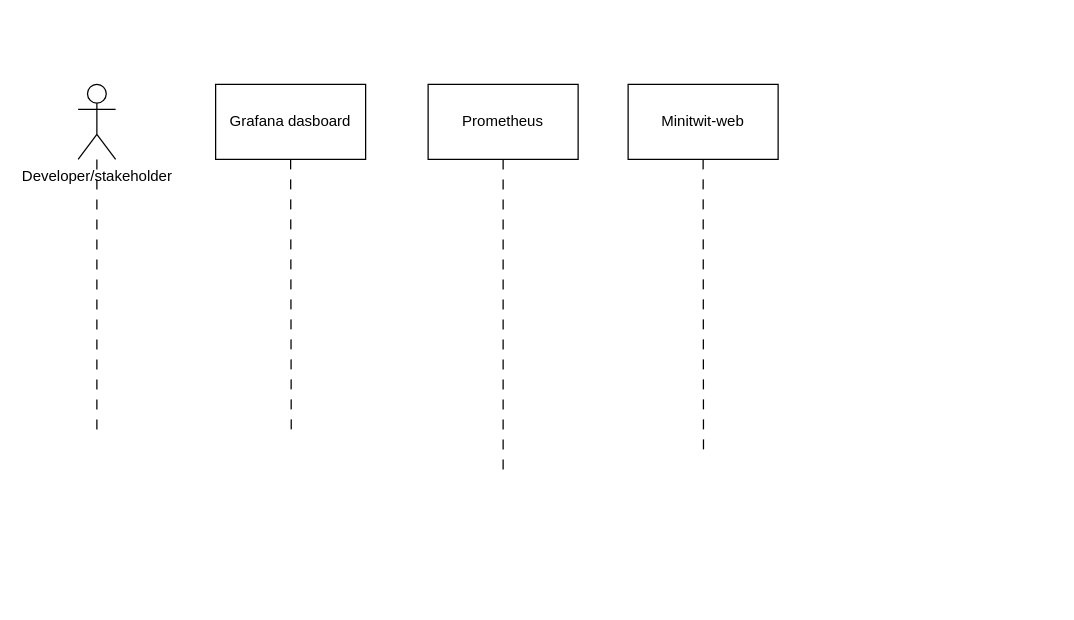
Before: report/diagrams/monitoring.drawio in ITU-DevOps2026/ITU-minitwit, a draw.io diagram. Source tidied: cells renumbered, new cells numbered last; positions are measured from the earlier drawing's top-left corner, leaving out a move shared by most shapes. Both pictures are drawn from the tidied source at 125%, with x=0, y=0 at pixel (78, 84).
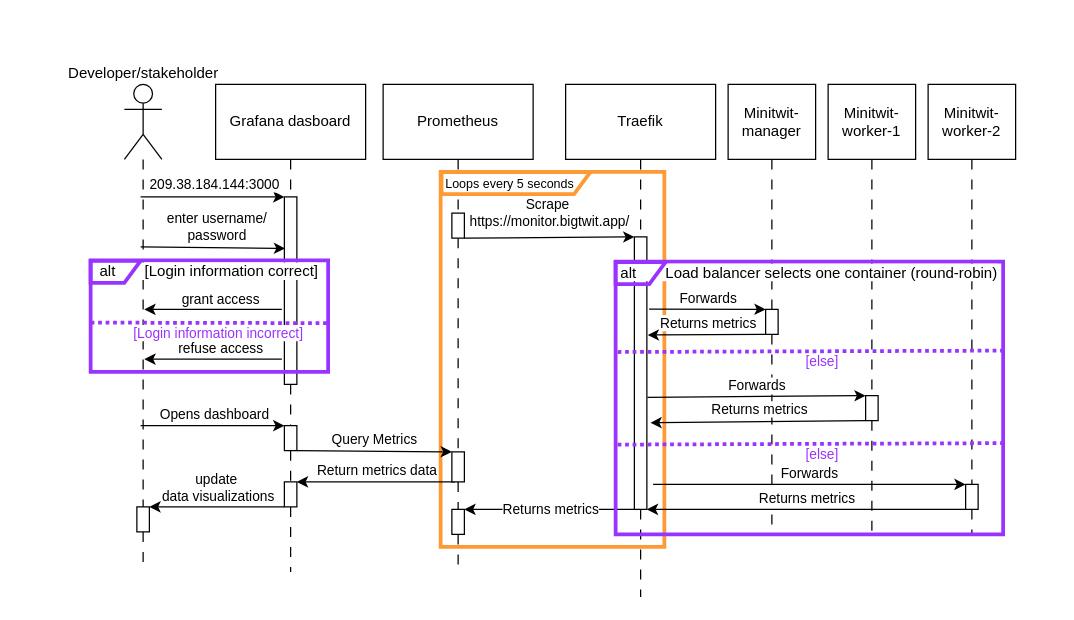
After the change.

Commit message (it also covers changes not shown here):
Monitoring section done, dashboard section added

The change refers to these unchanged cells:
```xml
<mxCell id="3" value="Grafana dasboard" style="rounded=0;whiteSpace=wrap;html=1;" parent="1" vertex="1">
  <mxGeometry x="110" width="120" height="60" as="geometry" />
</mxCell>
```

The edit, as a diff of the source:
```diff
@@
+    <mxCell id="10" style="rounded=0;whiteSpace=wrap;html=1;strokeColor=none;" parent="1" vertex="1">
+      <mxGeometry x="-30" y="-50" width="810" height="460" as="geometry" />
+    </mxCell>
+    <mxCell id="11" style="edgeStyle=none;html=1;exitX=0.5;exitY=1;exitDx=0;exitDy=0;dashed=1;dashPattern=8 8;endArrow=none;endFill=0;" parent="1" edge="1" source="32">
+      <mxGeometry relative="1" as="geometry">
+        <mxPoint x="450" y="410" as="targetPoint" />
+      </mxGeometry>
+    </mxCell>
+    <mxCell id="4" style="edgeStyle=none;html=1;exitX=0.5;exitY=1;exitDx=0;exitDy=0;dashed=1;dashPattern=8 8;endArrow=none;endFill=0;" parent="1" edge="1" source="62">
+      <mxGeometry relative="1" as="geometry">
+        <mxPoint x="304" y="390" as="targetPoint" />
+      </mxGeometry>
+    </mxCell>
+    <mxCell id="12" style="edgeStyle=none;html=1;exitX=0.5;exitY=1;exitDx=0;exitDy=0;dashed=1;dashPattern=8 8;endArrow=none;endFill=0;" parent="1" edge="1" source="5" target="30">
+      <mxGeometry relative="1" as="geometry" />
+    </mxCell>
+    <mxCell id="13" value="&lt;font style=&quot;font-size: 10px;&quot;&gt;Loops every 5 seconds&lt;/font&gt;" style="rounded=0;whiteSpace=wrap;html=1;fillColor=none;strokeColor=#FF9933;labelBackgroundColor=#FFFFFF;labelBorderColor=none;spacingTop=0;spacing=-16;spacingLeft=0;labelPosition=left;verticalLabelPosition=top;align=right;verticalAlign=bottom;spacingRight=-91;strokeWidth=3;" parent="1" vertex="1">
+      <mxGeometry x="290" y="70" width="179" height="300" as="geometry" />
+    </mxCell>
-    <mxCell id="2" style="edgeStyle=none;html=1;exitX=0.5;exitY=1;exitDx=0;exitDy=0;dashed=1;endArrow=none;endFill=0;dashPattern=8 8;" parent="1" edge="1" source="3">
+    <mxCell id="2" style="edgeStyle=none;html=1;exitX=0.5;exitY=1;exitDx=0;exitDy=0;dashed=1;endArrow=none;endFill=0;dashPattern=8 8;" parent="1" edge="1" source="26">
       <mxGeometry relative="1" as="geometry">
-        <mxPoint x="170.5" y="280" as="targetPoint" />
+        <mxPoint x="170" y="390" as="targetPoint" />
       </mxGeometry>
     </mxCell>
@@
-    <mxCell id="4" style="edgeStyle=none;html=1;exitX=0.5;exitY=1;exitDx=0;exitDy=0;dashed=1;dashPattern=8 8;endArrow=none;endFill=0;" parent="1" edge="1" source="5">
-      <mxGeometry relative="1" as="geometry">
-        <mxPoint x="340" y="310" as="targetPoint" />
-      </mxGeometry>
-    </mxCell>
     <mxCell id="5" value="Prometheus" style="rounded=0;whiteSpace=wrap;html=1;" parent="1" vertex="1">
-      <mxGeometry x="280" width="120" height="60" as="geometry" />
+      <mxGeometry x="244" width="120" height="60" as="geometry" />
     </mxCell>
-    <mxCell id="6" style="edgeStyle=none;html=1;exitX=0.5;exitY=1;exitDx=0;exitDy=0;dashed=1;dashPattern=8 8;endArrow=none;endFill=0;" parent="1" edge="1" source="7">
+    <mxCell id="6" style="edgeStyle=none;html=1;exitX=0.5;exitY=1;exitDx=0;exitDy=0;dashed=1;dashPattern=8 8;endArrow=none;endFill=0;" parent="1" edge="1" source="42">
       <mxGeometry relative="1" as="geometry">
-        <mxPoint x="500.3" y="300" as="targetPoint" />
+        <mxPoint x="555" y="360" as="targetPoint" />
       </mxGeometry>
     </mxCell>
-    <mxCell id="7" value="Minitwit-web" style="rounded=0;whiteSpace=wrap;html=1;" parent="1" vertex="1">
-      <mxGeometry x="440" width="120" height="60" as="geometry" />
+    <mxCell id="7" value="Minitwit-manager" style="rounded=0;whiteSpace=wrap;html=1;" parent="1" vertex="1">
+      <mxGeometry x="520" width="70" height="60" as="geometry" />
     </mxCell>
-    <mxCell id="8" style="edgeStyle=none;html=1;dashed=1;endArrow=none;endFill=0;dashPattern=8 8;" parent="1" edge="1" source="9">
-      <mxGeometry relative="1" as="geometry">
-        <mxPoint x="15" y="280" as="targetPoint" />
-      </mxGeometry>
-    </mxCell>
-    <mxCell id="9" value="Developer/stakeholder" style="shape=umlActor;verticalLabelPosition=bottom;verticalAlign=top;html=1;outlineConnect=0;" parent="1" vertex="1">
-      <mxGeometry width="30" height="60" as="geometry" />
+    <mxCell id="9" value="Developer/stakeholder" style="shape=umlActor;verticalLabelPosition=top;verticalAlign=bottom;html=1;outlineConnect=0;labelPosition=center;align=center;" parent="1" vertex="1">
+      <mxGeometry x="37" width="30" height="60" as="geometry" />
     </mxCell>
+    <mxCell id="14" value="Traefik" style="rounded=0;whiteSpace=wrap;html=1;" parent="1" vertex="1">
+      <mxGeometry x="390" width="120" height="60" as="geometry" />
+    </mxCell>
+    <mxCell id="15" style="endArrow=classic;html=1;entryX=0;entryY=0;entryDx=0;entryDy=0;exitX=1;exitY=1;exitDx=0;exitDy=0;" parent="1" edge="1" source="36" target="24">
+      <mxGeometry relative="1" as="geometry" />
+    </mxCell>
+    <mxCell id="16" value="Query Metrics" style="edgeLabel;html=1;align=center;verticalAlign=middle;" parent="15" vertex="1">
+      <mxGeometry relative="1" as="geometry">
+        <mxPoint y="-10" as="offset" />
+      </mxGeometry>
+    </mxCell>
+    <mxCell id="17" style="endArrow=classic;html=1;exitX=0.25;exitY=1;exitDx=0;exitDy=0;entryX=1;entryY=0;entryDx=0;entryDy=0;" parent="1" edge="1" source="24" target="26">
+      <mxGeometry relative="1" as="geometry" />
+    </mxCell>
+    <mxCell id="18" value="Return metrics data" style="edgeLabel;html=1;align=center;verticalAlign=middle;" parent="17" vertex="1">
+      <mxGeometry relative="1" as="geometry">
+        <mxPoint y="-10" as="offset" />
+      </mxGeometry>
+    </mxCell>
+    <mxCell id="19" style="endArrow=classic;html=1;exitX=0;exitY=1;exitDx=0;exitDy=0;entryX=1;entryY=0;entryDx=0;entryDy=0;" parent="1" edge="1" source="26" target="29">
+      <mxGeometry relative="1" as="geometry" />
+    </mxCell>
+    <mxCell id="20" value="update&amp;nbsp;&lt;div&gt;data visualizations&lt;/div&gt;" style="edgeLabel;html=1;align=center;verticalAlign=middle;" parent="19" vertex="1">
+      <mxGeometry relative="1" as="geometry">
+        <mxPoint y="-16" as="offset" />
+      </mxGeometry>
+    </mxCell>
+    <mxCell id="21" style="endArrow=classic;html=1;entryX=0;entryY=0;entryDx=0;entryDy=0;" parent="1" edge="1" target="36">
+      <mxGeometry relative="1" as="geometry">
+        <mxPoint x="50" y="273" as="sourcePoint" />
+      </mxGeometry>
+    </mxCell>
+    <mxCell id="22" value="Opens dashboard" style="edgeLabel;html=1;align=center;verticalAlign=middle;" parent="21" vertex="1">
+      <mxGeometry relative="1" as="geometry">
+        <mxPoint y="-10" as="offset" />
+      </mxGeometry>
+    </mxCell>
+    <mxCell id="23" style="edgeStyle=none;html=1;exitX=0.5;exitY=1;exitDx=0;exitDy=0;dashed=1;dashPattern=8 8;endArrow=none;endFill=0;" parent="1" edge="1" source="30" target="24">
+      <mxGeometry relative="1" as="geometry" />
+    </mxCell>
+    <mxCell id="24" style="rounded=0;whiteSpace=wrap;html=1;" parent="1" vertex="1">
+      <mxGeometry x="299" y="294" width="10" height="24" as="geometry" />
+    </mxCell>
+    <mxCell id="25" style="edgeStyle=none;html=1;exitX=0.5;exitY=1;exitDx=0;exitDy=0;dashed=1;endArrow=none;endFill=0;dashPattern=8 8;" parent="1" edge="1" source="36" target="26">
+      <mxGeometry relative="1" as="geometry" />
+    </mxCell>
+    <mxCell id="26" style="rounded=0;whiteSpace=wrap;html=1;" parent="1" vertex="1">
+      <mxGeometry x="165" y="318" width="10" height="20" as="geometry" />
+    </mxCell>
+    <mxCell id="27" style="edgeStyle=none;html=1;dashed=1;endArrow=none;endFill=0;dashPattern=8 8;" parent="1" edge="1" source="9" target="29">
+      <mxGeometry relative="1" as="geometry" />
+    </mxCell>
+    <mxCell id="28" style="edgeStyle=none;html=1;exitX=0.5;exitY=1;exitDx=0;exitDy=0;dashed=1;dashPattern=8 8;endArrow=none;endFill=0;" parent="1" edge="1" source="29">
+      <mxGeometry relative="1" as="geometry">
+        <mxPoint x="52" y="390" as="targetPoint" />
+      </mxGeometry>
+    </mxCell>
+    <mxCell id="29" style="rounded=0;whiteSpace=wrap;html=1;" parent="1" vertex="1">
+      <mxGeometry x="47" y="338" width="10" height="20" as="geometry" />
+    </mxCell>
+    <mxCell id="30" style="rounded=0;whiteSpace=wrap;html=1;" parent="1" vertex="1">
+      <mxGeometry x="299" y="103" width="10" height="20" as="geometry" />
+    </mxCell>
+    <mxCell id="31" style="edgeStyle=none;html=1;exitX=0.5;exitY=1;exitDx=0;exitDy=0;dashed=1;dashPattern=8 8;endArrow=none;endFill=0;" parent="1" edge="1" source="14" target="32">
+      <mxGeometry relative="1" as="geometry" />
+    </mxCell>
+    <mxCell id="32" style="rounded=0;whiteSpace=wrap;html=1;" parent="1" vertex="1">
+      <mxGeometry x="445" y="122" width="10" height="218" as="geometry" />
+    </mxCell>
+    <mxCell id="33" style="endArrow=classic;html=1;exitX=1;exitY=1;exitDx=0;exitDy=0;entryX=0;entryY=0;entryDx=0;entryDy=0;" parent="1" edge="1" source="30" target="32">
+      <mxGeometry relative="1" as="geometry" />
+    </mxCell>
+    <mxCell id="34" value="Scrape&amp;nbsp;&lt;div&gt;https://monitor.bigtwit.app/&lt;/div&gt;" style="edgeLabel;html=1;align=center;verticalAlign=middle;" parent="33" vertex="1">
+      <mxGeometry relative="1" as="geometry">
+        <mxPoint y="-20" as="offset" />
+      </mxGeometry>
+    </mxCell>
+    <mxCell id="35" style="edgeStyle=none;html=1;exitX=0.5;exitY=1;exitDx=0;exitDy=0;dashed=1;endArrow=none;endFill=0;dashPattern=8 8;" parent="1" edge="1" source="73" target="36">
+      <mxGeometry relative="1" as="geometry" />
+    </mxCell>
+    <mxCell id="36" style="rounded=0;whiteSpace=wrap;html=1;" parent="1" vertex="1">
+      <mxGeometry x="165" y="273" width="10" height="20" as="geometry" />
+    </mxCell>
+    <mxCell id="37" style="edgeStyle=none;html=1;exitX=0.5;exitY=1;exitDx=0;exitDy=0;dashed=1;dashPattern=8 8;endArrow=none;endFill=0;" parent="1" edge="1" source="58">
+      <mxGeometry relative="1" as="geometry">
+        <mxPoint x="715" y="360" as="targetPoint" />
+      </mxGeometry>
+    </mxCell>
+    <mxCell id="38" value="Minitwit-worker-2" style="rounded=0;whiteSpace=wrap;html=1;" parent="1" vertex="1">
+      <mxGeometry x="680" width="70" height="60" as="geometry" />
+    </mxCell>
+    <mxCell id="39" style="edgeStyle=none;html=1;exitX=0.5;exitY=1;exitDx=0;exitDy=0;dashed=1;dashPattern=8 8;endArrow=none;endFill=0;" parent="1" edge="1" source="52">
+      <mxGeometry relative="1" as="geometry">
+        <mxPoint x="635" y="360" as="targetPoint" />
+      </mxGeometry>
+    </mxCell>
+    <mxCell id="40" value="Minitwit-worker-1" style="rounded=0;whiteSpace=wrap;html=1;" parent="1" vertex="1">
+      <mxGeometry x="600" width="70" height="60" as="geometry" />
+    </mxCell>
+    <mxCell id="41" style="edgeStyle=none;html=1;exitX=0.5;exitY=1;exitDx=0;exitDy=0;dashed=1;dashPattern=8 8;endArrow=none;endFill=0;" parent="1" edge="1" source="7" target="42">
+      <mxGeometry relative="1" as="geometry" />
+    </mxCell>
+    <mxCell id="42" style="rounded=0;whiteSpace=wrap;html=1;" parent="1" vertex="1">
+      <mxGeometry x="550" y="180" width="10" height="20" as="geometry" />
+    </mxCell>
+    <mxCell id="43" style="endArrow=classic;html=1;entryX=0;entryY=0;entryDx=0;entryDy=0;exitX=1.178;exitY=0.265;exitDx=0;exitDy=0;exitPerimeter=0;" parent="1" edge="1" source="32" target="42">
+      <mxGeometry relative="1" as="geometry" />
+    </mxCell>
+    <mxCell id="44" value="Forwards" style="edgeLabel;html=1;align=center;verticalAlign=middle;" parent="43" vertex="1">
+      <mxGeometry relative="1" as="geometry">
+        <mxPoint y="-9" as="offset" />
+      </mxGeometry>
+    </mxCell>
+    <mxCell id="45" style="endArrow=classic;html=1;exitX=0;exitY=1;exitDx=0;exitDy=0;entryX=1.067;entryY=0.36;entryDx=0;entryDy=0;entryPerimeter=0;" parent="1" edge="1" source="42" target="32">
+      <mxGeometry relative="1" as="geometry" />
+    </mxCell>
+    <mxCell id="46" value="Returns metrics" style="edgeLabel;html=1;align=center;verticalAlign=middle;" parent="45" vertex="1">
+      <mxGeometry relative="1" as="geometry">
+        <mxPoint y="-10" as="offset" />
+      </mxGeometry>
+    </mxCell>
+    <mxCell id="47" style="endArrow=classic;html=1;entryX=0;entryY=0;entryDx=0;entryDy=0;exitX=1.044;exitY=0.589;exitDx=0;exitDy=0;exitPerimeter=0;" parent="1" edge="1" source="32" target="52">
+      <mxGeometry relative="1" as="geometry" />
+    </mxCell>
+    <mxCell id="48" value="Forwards" style="edgeLabel;html=1;align=center;verticalAlign=middle;" parent="47" vertex="1">
+      <mxGeometry relative="1" as="geometry">
+        <mxPoint y="-9" as="offset" />
+      </mxGeometry>
+    </mxCell>
+    <mxCell id="49" style="endArrow=classic;html=1;exitX=0;exitY=1;exitDx=0;exitDy=0;entryX=1.289;entryY=0.682;entryDx=0;entryDy=0;entryPerimeter=0;" parent="1" edge="1" source="52" target="32">
+      <mxGeometry relative="1" as="geometry" />
+    </mxCell>
+    <mxCell id="50" value="Returns metrics" style="edgeLabel;html=1;align=center;verticalAlign=middle;" parent="49" vertex="1">
+      <mxGeometry relative="1" as="geometry">
+        <mxPoint y="-10" as="offset" />
+      </mxGeometry>
+    </mxCell>
+    <mxCell id="51" style="edgeStyle=none;html=1;exitX=0.5;exitY=1;exitDx=0;exitDy=0;dashed=1;dashPattern=8 8;endArrow=none;endFill=0;" parent="1" edge="1" source="40" target="52">
+      <mxGeometry relative="1" as="geometry" />
+    </mxCell>
+    <mxCell id="52" style="rounded=0;whiteSpace=wrap;html=1;" parent="1" vertex="1">
+      <mxGeometry x="630" y="249" width="10" height="20" as="geometry" />
+    </mxCell>
+    <mxCell id="53" style="endArrow=classic;html=1;entryX=0;entryY=0;entryDx=0;entryDy=0;exitX=1.5;exitY=0.908;exitDx=0;exitDy=0;exitPerimeter=0;" parent="1" edge="1" source="32" target="58">
+      <mxGeometry relative="1" as="geometry" />
+    </mxCell>
+    <mxCell id="54" value="Forwards" style="edgeLabel;html=1;align=center;verticalAlign=middle;" parent="53" vertex="1">
+      <mxGeometry relative="1" as="geometry">
+        <mxPoint y="-9" as="offset" />
+      </mxGeometry>
+    </mxCell>
+    <mxCell id="55" style="endArrow=classic;html=1;exitX=0;exitY=1;exitDx=0;exitDy=0;entryX=1;entryY=1;entryDx=0;entryDy=0;" parent="1" edge="1" source="58" target="32">
+      <mxGeometry relative="1" as="geometry" />
+    </mxCell>
+    <mxCell id="56" value="Returns metrics" style="edgeLabel;html=1;align=center;verticalAlign=middle;" parent="55" vertex="1">
+      <mxGeometry relative="1" as="geometry">
+        <mxPoint y="-10" as="offset" />
+      </mxGeometry>
+    </mxCell>
+    <mxCell id="57" style="edgeStyle=none;html=1;exitX=0.5;exitY=1;exitDx=0;exitDy=0;dashed=1;dashPattern=8 8;endArrow=none;endFill=0;" parent="1" edge="1" source="38" target="58">
+      <mxGeometry relative="1" as="geometry" />
+    </mxCell>
+    <mxCell id="58" style="rounded=0;whiteSpace=wrap;html=1;" parent="1" vertex="1">
+      <mxGeometry x="710" y="320" width="10" height="20" as="geometry" />
+    </mxCell>
+    <mxCell id="59" style="endArrow=classic;html=1;exitX=0;exitY=1;exitDx=0;exitDy=0;entryX=1;entryY=0;entryDx=0;entryDy=0;" parent="1" edge="1" source="32" target="62">
+      <mxGeometry relative="1" as="geometry" />
+    </mxCell>
+    <mxCell id="60" value="Returns metrics" style="edgeLabel;html=1;align=center;verticalAlign=middle;" parent="59" vertex="1">
+      <mxGeometry relative="1" as="geometry" />
+    </mxCell>
+    <mxCell id="61" style="edgeStyle=none;html=1;exitX=0.5;exitY=1;exitDx=0;exitDy=0;dashed=1;dashPattern=8 8;endArrow=none;endFill=0;" parent="1" edge="1" source="24" target="62">
+      <mxGeometry relative="1" as="geometry" />
+    </mxCell>
+    <mxCell id="62" style="rounded=0;whiteSpace=wrap;html=1;" parent="1" vertex="1">
+      <mxGeometry x="299" y="340" width="10" height="20" as="geometry" />
+    </mxCell>
+    <mxCell id="63" style="endArrow=none;dashed=1;html=1;exitX=0.005;exitY=0.34;exitDx=0;exitDy=0;exitPerimeter=0;entryX=1;entryY=0.335;entryDx=0;entryDy=0;entryPerimeter=0;dashPattern=1 1;strokeWidth=3;strokeColor=#9933FF;" parent="1" edge="1">
+      <mxGeometry relative="1" as="geometry">
+        <mxPoint x="431.6" y="214.1" as="sourcePoint" />
+        <mxPoint x="740" y="213" as="targetPoint" />
+      </mxGeometry>
+    </mxCell>
+    <mxCell id="64" value="[else]" style="edgeLabel;html=1;align=center;verticalAlign=middle;fontColor=#9933FF;" parent="63" vertex="1">
+      <mxGeometry x="0.06" y="2" relative="1" as="geometry">
+        <mxPoint y="10" as="offset" />
+      </mxGeometry>
+    </mxCell>
+    <mxCell id="65" value="alt&amp;nbsp; &amp;nbsp; &amp;nbsp; &amp;nbsp;Load balancer selects one container (round-robin)" style="rounded=0;whiteSpace=wrap;html=1;fillColor=none;strokeColor=#9933FF;labelBackgroundColor=light-dark(#ffffff, #a95100);labelBorderColor=none;spacingTop=0;spacing=-16;spacingLeft=0;labelPosition=center;verticalLabelPosition=top;align=center;verticalAlign=bottom;spacingRight=0;strokeWidth=3;" parent="1" vertex="1">
+      <mxGeometry x="430" y="141.8" width="310" height="218.2" as="geometry" />
+    </mxCell>
+    <mxCell id="66" style="shape=manualInput;whiteSpace=wrap;html=1;verticalAlign=middle;flipH=1;rotation=90;size=13;strokeWidth=3;fillColor=none;strokeColor=#9933FF;" parent="1" vertex="1">
+      <mxGeometry x="441.2" y="131" width="17.5" height="40" as="geometry" />
+    </mxCell>
+    <mxCell id="67" style="endArrow=none;dashed=1;html=1;exitX=0.005;exitY=0.34;exitDx=0;exitDy=0;exitPerimeter=0;entryX=1;entryY=0.335;entryDx=0;entryDy=0;entryPerimeter=0;dashPattern=1 1;strokeWidth=3;strokeColor=#9933FF;" parent="1" edge="1">
+      <mxGeometry relative="1" as="geometry">
+        <mxPoint x="431.6" y="288.2" as="sourcePoint" />
+        <mxPoint x="740" y="287" as="targetPoint" />
+      </mxGeometry>
+    </mxCell>
+    <mxCell id="68" value="[else]" style="edgeLabel;html=1;align=center;verticalAlign=middle;fontColor=#9933FF;" parent="67" vertex="1">
+      <mxGeometry x="0.06" y="2" relative="1" as="geometry">
+        <mxPoint y="10" as="offset" />
+      </mxGeometry>
+    </mxCell>
+    <mxCell id="69" style="shape=manualInput;whiteSpace=wrap;html=1;verticalAlign=middle;flipH=1;rotation=90;size=13;strokeWidth=3;fillColor=none;strokeColor=#FF9933;spacingLeft=0;spacing=1;" parent="1" vertex="1">
+      <mxGeometry x="341.5" y="19.5" width="17.5" height="119" as="geometry" />
+    </mxCell>
+    <mxCell id="70" style="endArrow=classic;html=1;entryX=0;entryY=0;entryDx=0;entryDy=0;" parent="1" edge="1" target="73">
+      <mxGeometry relative="1" as="geometry">
+        <mxPoint x="50" y="90" as="sourcePoint" />
+      </mxGeometry>
+    </mxCell>
+    <mxCell id="71" value="209.38.184.144:3000" style="edgeLabel;html=1;align=center;verticalAlign=middle;" parent="70" vertex="1">
+      <mxGeometry relative="1" as="geometry">
+        <mxPoint y="-11" as="offset" />
+      </mxGeometry>
+    </mxCell>
+    <mxCell id="72" style="edgeStyle=none;html=1;exitX=0.5;exitY=1;exitDx=0;exitDy=0;dashed=1;endArrow=none;endFill=0;dashPattern=8 8;" parent="1" edge="1" source="3" target="73">
+      <mxGeometry relative="1" as="geometry" />
+    </mxCell>
+    <mxCell id="73" style="rounded=0;whiteSpace=wrap;html=1;" parent="1" vertex="1">
+      <mxGeometry x="165" y="90" width="10" height="150" as="geometry" />
+    </mxCell>
+    <mxCell id="74" style="endArrow=classic;html=1;entryX=0.057;entryY=0.275;entryDx=0;entryDy=0;entryPerimeter=0;" parent="1" edge="1" target="73">
+      <mxGeometry relative="1" as="geometry">
+        <mxPoint x="50" y="130" as="sourcePoint" />
+      </mxGeometry>
+    </mxCell>
+    <mxCell id="75" value="enter username/&lt;div&gt;password&lt;/div&gt;" style="edgeLabel;html=1;align=center;verticalAlign=middle;" parent="74" vertex="1">
+      <mxGeometry relative="1" as="geometry">
+        <mxPoint x="3" y="-17" as="offset" />
+      </mxGeometry>
+    </mxCell>
+    <mxCell id="76" value="alt&amp;nbsp; &amp;nbsp; &amp;nbsp; &amp;nbsp;[Login information correct]" style="rounded=0;whiteSpace=wrap;html=1;fillColor=none;strokeColor=#9933FF;labelBackgroundColor=light-dark(#ffffff, #a95100);labelBorderColor=none;spacingTop=0;spacing=-16;spacingLeft=0;labelPosition=center;verticalLabelPosition=top;align=center;verticalAlign=bottom;spacingRight=0;strokeWidth=3;" parent="1" vertex="1">
+      <mxGeometry x="10" y="140.8" width="190" height="89.2" as="geometry" />
+    </mxCell>
+    <mxCell id="77" style="shape=manualInput;whiteSpace=wrap;html=1;verticalAlign=middle;flipH=1;rotation=90;size=13;strokeWidth=3;fillColor=none;strokeColor=#9933FF;" parent="1" vertex="1">
+      <mxGeometry x="21.2" y="130" width="17.5" height="40" as="geometry" />
+    </mxCell>
+    <mxCell id="78" style="endArrow=none;dashed=1;html=1;exitX=0.005;exitY=0.34;exitDx=0;exitDy=0;exitPerimeter=0;dashPattern=1 1;strokeWidth=3;strokeColor=#9933FF;" parent="1" edge="1">
+      <mxGeometry relative="1" as="geometry">
+        <mxPoint x="10" y="190.6" as="sourcePoint" />
+        <mxPoint x="200" y="191" as="targetPoint" />
+      </mxGeometry>
+    </mxCell>
+    <mxCell id="79" value="[Login information incorrect]" style="edgeLabel;html=1;align=center;verticalAlign=middle;fontColor=#9933FF;" parent="78" vertex="1">
+      <mxGeometry x="0.06" y="2" relative="1" as="geometry">
+        <mxPoint y="10" as="offset" />
+      </mxGeometry>
+    </mxCell>
+    <mxCell id="80" style="endArrow=classic;html=1;" parent="1" edge="1">
+      <mxGeometry relative="1" as="geometry">
+        <mxPoint x="163" y="180" as="sourcePoint" />
+        <mxPoint x="53" y="180" as="targetPoint" />
+      </mxGeometry>
+    </mxCell>
+    <mxCell id="81" value="grant access" style="edgeLabel;html=1;align=center;verticalAlign=middle;" parent="80" vertex="1">
+      <mxGeometry relative="1" as="geometry">
+        <mxPoint x="5" y="-9" as="offset" />
+      </mxGeometry>
+    </mxCell>
+    <mxCell id="82" style="endArrow=classic;html=1;" parent="1" edge="1">
+      <mxGeometry relative="1" as="geometry">
+        <mxPoint x="163" y="219.8" as="sourcePoint" />
+        <mxPoint x="53" y="219.8" as="targetPoint" />
+      </mxGeometry>
+    </mxCell>
+    <mxCell id="83" value="refuse access" style="edgeLabel;html=1;align=center;verticalAlign=middle;" parent="82" vertex="1">
+      <mxGeometry relative="1" as="geometry">
+        <mxPoint x="5" y="-9" as="offset" />
+      </mxGeometry>
+    </mxCell>
```
